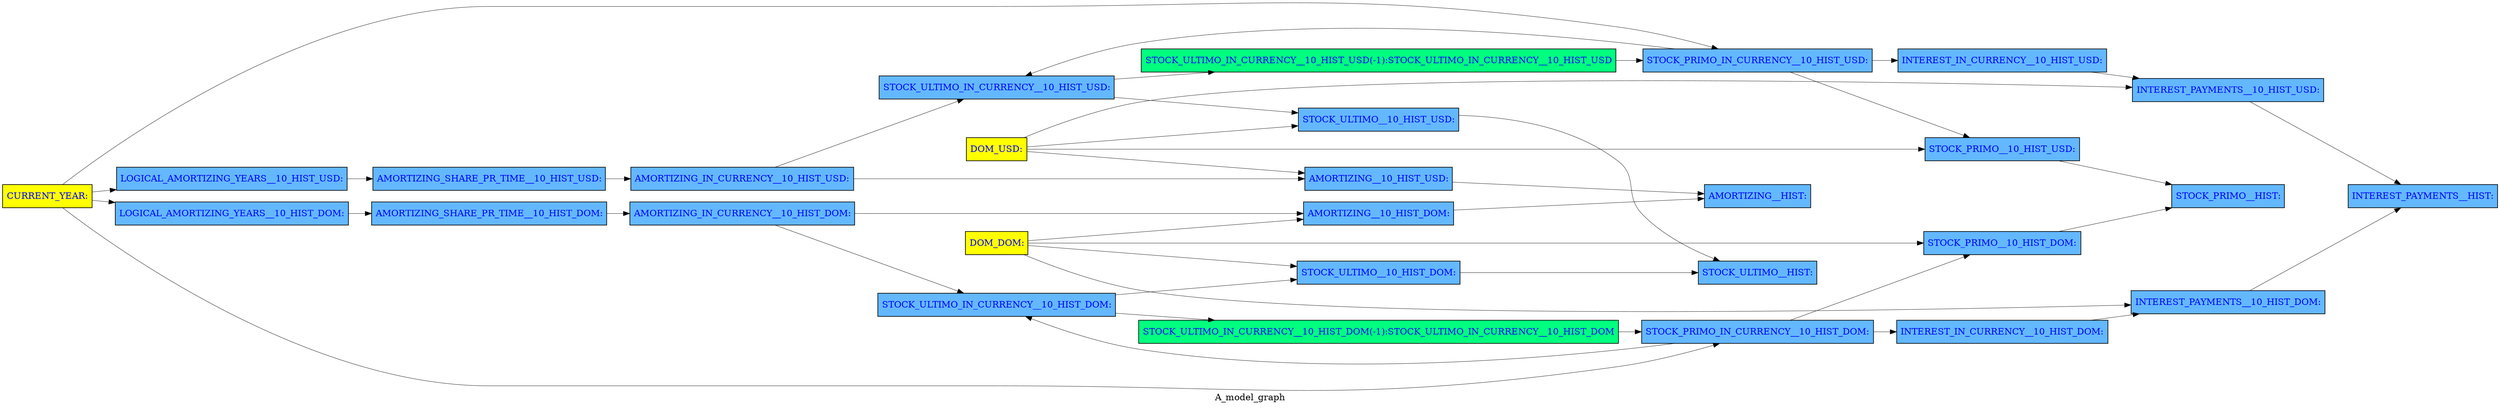
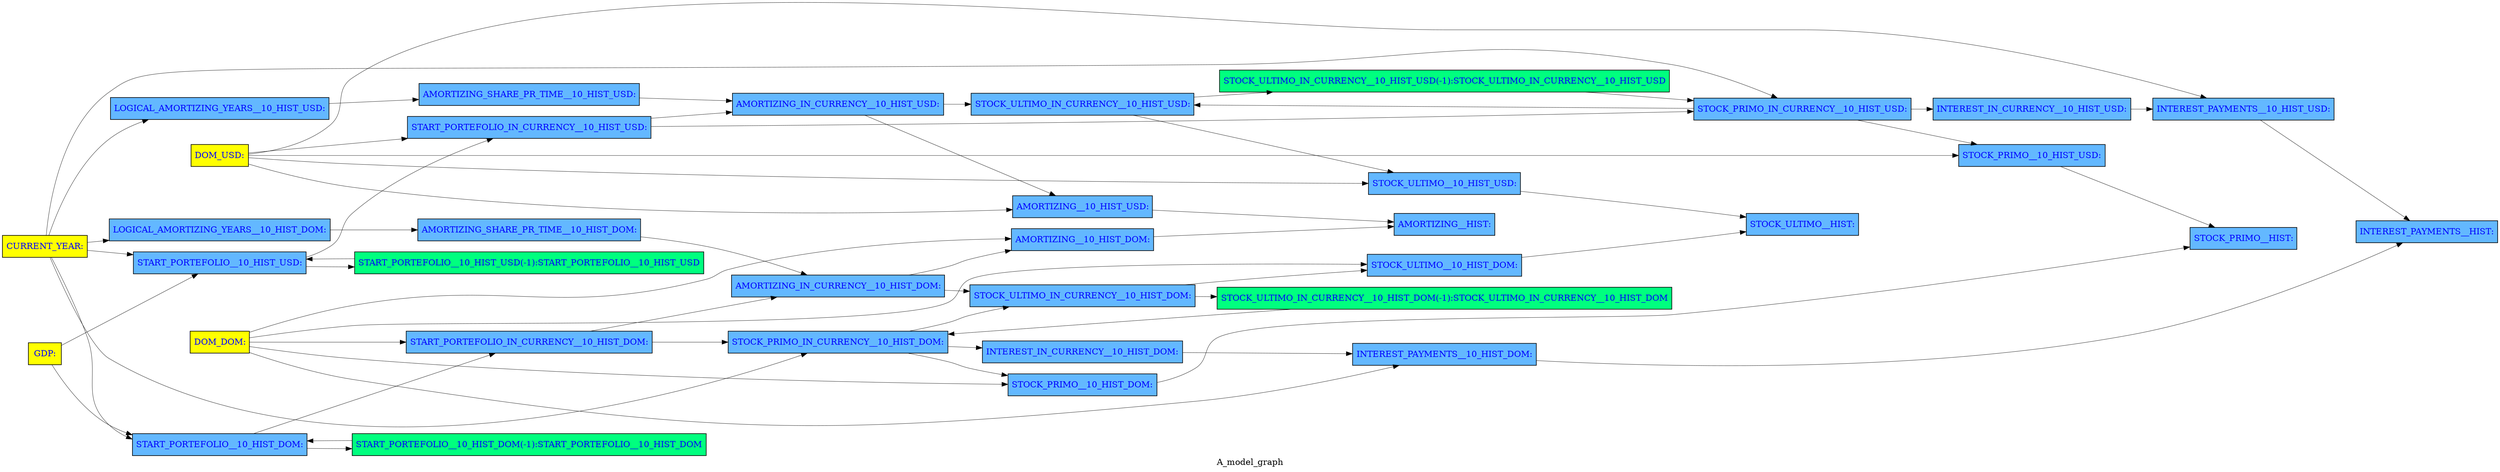
digraph TD { rankdir ="LR"
{node  [margin=0.025 fontcolor=blue style=filled ]
-  "INTEREST_IN_CURRENCY__10_HIST_DOM" [ shape=box fillcolor= steelblue1 tooltip="INTEREST_IN_CURRENCY__10_HIST_DOM&#10;FRML &lt;&gt; INTEREST_IN_CURRENCY__10_HIST_DOM = STOCK_PRIMO_IN_CURRENCY__10_HIST_DOM*3/100 &#36;"  margin=0.025 fontcolor=blue style = filled  label=<<TABLE BORDER='0' CELLBORDER = '0' style = "filled"  > <TR><TD tooltip="INTEREST_IN_CURRENCY__10_HIST_DOM&#10;FRML &lt;&gt; INTEREST_IN_CURRENCY__10_HIST_DOM = STOCK_PRIMO_IN_CURRENCY__10_HIST_DOM*3/100 &#36;">INTEREST_IN_CURRENCY__10_HIST_DOM:</TD></TR> </TABLE>> ]
+  "STOCK_ULTIMO__10_HIST_DOM" [ shape=box fillcolor= steelblue1 tooltip="STOCK_ULTIMO__10_HIST_DOM&#10;FRML &lt;SUM=HIST&gt; STOCK_ULTIMO__10_HIST_DOM = STOCK_ULTIMO_IN_CURRENCY__10_HIST_DOM*DOM_DOM &#36;"  margin=0.025 fontcolor=blue style = filled  label=<<TABLE BORDER='0' CELLBORDER = '0' style = "filled"  > <TR><TD tooltip="STOCK_ULTIMO__10_HIST_DOM&#10;FRML &lt;SUM=HIST&gt; STOCK_ULTIMO__10_HIST_DOM = STOCK_ULTIMO_IN_CURRENCY__10_HIST_DOM*DOM_DOM &#36;">STOCK_ULTIMO__10_HIST_DOM:</TD></TR> </TABLE>> ]
+ "STOCK_ULTIMO__HIST" [ shape=box fillcolor= steelblue1 tooltip="STOCK_ULTIMO__HIST&#10;FRML &lt;SUM=HIST&gt; STOCK_ULTIMO__HIST = (STOCK_ULTIMO__10_HIST_DOM+STOCK_ULTIMO__10_HIST_USD) &#36;"  margin=0.025 fontcolor=blue style = filled  label=<<TABLE BORDER='0' CELLBORDER = '0' style = "filled"  > <TR><TD tooltip="STOCK_ULTIMO__HIST&#10;FRML &lt;SUM=HIST&gt; STOCK_ULTIMO__HIST = (STOCK_ULTIMO__10_HIST_DOM+STOCK_ULTIMO__10_HIST_USD) &#36;">STOCK_ULTIMO__HIST:</TD></TR> </TABLE>> ]
+ "INTEREST_PAYMENTS__HIST" [ shape=box fillcolor= steelblue1 tooltip="INTEREST_PAYMENTS__HIST&#10;FRML &lt;SUM=HIST&gt; INTEREST_PAYMENTS__HIST = (INTEREST_PAYMENTS__10_HIST_DOM+INTEREST_PAYMENTS__10_HIST_USD) &#36;"  margin=0.025 fontcolor=blue style = filled  label=<<TABLE BORDER='0' CELLBORDER = '0' style = "filled"  > <TR><TD tooltip="INTEREST_PAYMENTS__HIST&#10;FRML &lt;SUM=HIST&gt; INTEREST_PAYMENTS__HIST = (INTEREST_PAYMENTS__10_HIST_DOM+INTEREST_PAYMENTS__10_HIST_USD) &#36;">INTEREST_PAYMENTS__HIST:</TD></TR> </TABLE>> ]
"STOCK_PRIMO__HIST" [ shape=box fillcolor= steelblue1 tooltip="STOCK_PRIMO__HIST&#10;FRML &lt;SUM=HIST&gt; STOCK_PRIMO__HIST = (STOCK_PRIMO__10_HIST_DOM+STOCK_PRIMO__10_HIST_USD) &#36;"  margin=0.025 fontcolor=blue style = filled  label=<<TABLE BORDER='0' CELLBORDER = '0' style = "filled"  > <TR><TD tooltip="STOCK_PRIMO__HIST&#10;FRML &lt;SUM=HIST&gt; STOCK_PRIMO__HIST = (STOCK_PRIMO__10_HIST_DOM+STOCK_PRIMO__10_HIST_USD) &#36;">STOCK_PRIMO__HIST:</TD></TR> </TABLE>> ]
+ "LOGICAL_AMORTIZING_YEARS__10_HIST_USD" [ shape=box fillcolor= steelblue1 tooltip="LOGICAL_AMORTIZING_YEARS__10_HIST_USD&#10;FRML &lt;&gt; LOGICAL_AMORTIZING_YEARS__10_HIST_USD = (2025.0+0)&lt;CURRENT_YEAR&lt;=(2025.0+10) &#36;"  margin=0.025 fontcolor=blue style = filled  label=<<TABLE BORDER='0' CELLBORDER = '0' style = "filled"  > <TR><TD tooltip="LOGICAL_AMORTIZING_YEARS__10_HIST_USD&#10;FRML &lt;&gt; LOGICAL_AMORTIZING_YEARS__10_HIST_USD = (2025.0+0)&lt;CURRENT_YEAR&lt;=(2025.0+10) &#36;">LOGICAL_AMORTIZING_YEARS__10_HIST_USD:</TD></TR> </TABLE>> ]
+ "STOCK_ULTIMO_IN_CURRENCY__10_HIST_DOM" [ shape=box fillcolor= steelblue1 tooltip="STOCK_ULTIMO_IN_CURRENCY__10_HIST_DOM&#10;FRML &lt;&gt; STOCK_ULTIMO_IN_CURRENCY__10_HIST_DOM = STOCK_PRIMO_IN_CURRENCY__10_HIST_DOM-AMORTIZING_IN_CURRENCY__10_HIST_DOM &#36;"  margin=0.025 fontcolor=blue style = filled  label=<<TABLE BORDER='0' CELLBORDER = '0' style = "filled"  > <TR><TD tooltip="STOCK_ULTIMO_IN_CURRENCY__10_HIST_DOM&#10;FRML &lt;&gt; STOCK_ULTIMO_IN_CURRENCY__10_HIST_DOM = STOCK_PRIMO_IN_CURRENCY__10_HIST_DOM-AMORTIZING_IN_CURRENCY__10_HIST_DOM &#36;">STOCK_ULTIMO_IN_CURRENCY__10_HIST_DOM:</TD></TR> </TABLE>> ]
+ "AMORTIZING__HIST" [ shape=box fillcolor= steelblue1 tooltip="AMORTIZING__HIST&#10;FRML &lt;SUM=HIST&gt; AMORTIZING__HIST = (AMORTIZING__10_HIST_DOM+AMORTIZING__10_HIST_USD) &#36;"  margin=0.025 fontcolor=blue style = filled  label=<<TABLE BORDER='0' CELLBORDER = '0' style = "filled"  > <TR><TD tooltip="AMORTIZING__HIST&#10;FRML &lt;SUM=HIST&gt; AMORTIZING__HIST = (AMORTIZING__10_HIST_DOM+AMORTIZING__10_HIST_USD) &#36;">AMORTIZING__HIST:</TD></TR> </TABLE>> ]
+ "STOCK_ULTIMO__10_HIST_USD" [ shape=box fillcolor= steelblue1 tooltip="STOCK_ULTIMO__10_HIST_USD&#10;FRML &lt;SUM=HIST&gt; STOCK_ULTIMO__10_HIST_USD = STOCK_ULTIMO_IN_CURRENCY__10_HIST_USD*DOM_USD &#36;"  margin=0.025 fontcolor=blue style = filled  label=<<TABLE BORDER='0' CELLBORDER = '0' style = "filled"  > <TR><TD tooltip="STOCK_ULTIMO__10_HIST_USD&#10;FRML &lt;SUM=HIST&gt; STOCK_ULTIMO__10_HIST_USD = STOCK_ULTIMO_IN_CURRENCY__10_HIST_USD*DOM_USD &#36;">STOCK_ULTIMO__10_HIST_USD:</TD></TR> </TABLE>> ]
+ "STOCK_PRIMO__10_HIST_USD" [ shape=box fillcolor= steelblue1 tooltip="STOCK_PRIMO__10_HIST_USD&#10;FRML &lt;SUM=HIST&gt; STOCK_PRIMO__10_HIST_USD = STOCK_PRIMO_IN_CURRENCY__10_HIST_USD*DOM_USD &#36;"  margin=0.025 fontcolor=blue style = filled  label=<<TABLE BORDER='0' CELLBORDER = '0' style = "filled"  > <TR><TD tooltip="STOCK_PRIMO__10_HIST_USD&#10;FRML &lt;SUM=HIST&gt; STOCK_PRIMO__10_HIST_USD = STOCK_PRIMO_IN_CURRENCY__10_HIST_USD*DOM_USD &#36;">STOCK_PRIMO__10_HIST_USD:</TD></TR> </TABLE>> ]
+ "AMORTIZING_IN_CURRENCY__10_HIST_DOM" [ shape=box fillcolor= steelblue1 tooltip="AMORTIZING_IN_CURRENCY__10_HIST_DOM&#10;FRML &lt;&gt; AMORTIZING_IN_CURRENCY__10_HIST_DOM = START_PORTEFOLIO_IN_CURRENCY__10_HIST_DOM*AMORTIZING_SHARE_PR_TIME__10_HIST_DOM &#36;"  margin=0.025 fontcolor=blue style = filled  label=<<TABLE BORDER='0' CELLBORDER = '0' style = "filled"  > <TR><TD tooltip="AMORTIZING_IN_CURRENCY__10_HIST_DOM&#10;FRML &lt;&gt; AMORTIZING_IN_CURRENCY__10_HIST_DOM = START_PORTEFOLIO_IN_CURRENCY__10_HIST_DOM*AMORTIZING_SHARE_PR_TIME__10_HIST_DOM &#36;">AMORTIZING_IN_CURRENCY__10_HIST_DOM:</TD></TR> </TABLE>> ]
+ "STOCK_ULTIMO_IN_CURRENCY__10_HIST_DOM(-1)" [ shape=box fillcolor= springgreen tooltip="STOCK_ULTIMO_IN_CURRENCY__10_HIST_DOM&#10;FRML &lt;&gt; STOCK_ULTIMO_IN_CURRENCY__10_HIST_DOM = STOCK_PRIMO_IN_CURRENCY__10_HIST_DOM-AMORTIZING_IN_CURRENCY__10_HIST_DOM &#36;"  margin=0.025 fontcolor=blue style = filled  label=<<TABLE BORDER='0' CELLBORDER = '0' style = "filled"  > <TR><TD tooltip="STOCK_ULTIMO_IN_CURRENCY__10_HIST_DOM&#10;FRML &lt;&gt; STOCK_ULTIMO_IN_CURRENCY__10_HIST_DOM = STOCK_PRIMO_IN_CURRENCY__10_HIST_DOM-AMORTIZING_IN_CURRENCY__10_HIST_DOM &#36;">STOCK_ULTIMO_IN_CURRENCY__10_HIST_DOM(-1):STOCK_ULTIMO_IN_CURRENCY__10_HIST_DOM</TD></TR> </TABLE>> ]
+ "INTEREST_IN_CURRENCY__10_HIST_USD" [ shape=box fillcolor= steelblue1 tooltip="INTEREST_IN_CURRENCY__10_HIST_USD&#10;FRML &lt;&gt; INTEREST_IN_CURRENCY__10_HIST_USD = STOCK_PRIMO_IN_CURRENCY__10_HIST_USD*2/100 &#36;"  margin=0.025 fontcolor=blue style = filled  label=<<TABLE BORDER='0' CELLBORDER = '0' style = "filled"  > <TR><TD tooltip="INTEREST_IN_CURRENCY__10_HIST_USD&#10;FRML &lt;&gt; INTEREST_IN_CURRENCY__10_HIST_USD = STOCK_PRIMO_IN_CURRENCY__10_HIST_USD*2/100 &#36;">INTEREST_IN_CURRENCY__10_HIST_USD:</TD></TR> </TABLE>> ]
+ "START_PORTEFOLIO__10_HIST_USD(-1)" [ shape=box fillcolor= springgreen tooltip="START_PORTEFOLIO__10_HIST_USD&#10;FRML &lt;&gt; START_PORTEFOLIO__10_HIST_USD = ((CURRENT_YEAR==2025.0+1)*10*GDP/100+(CURRENT_YEAR&gt;2025.0+1)*START_PORTEFOLIO__10_HIST_USD(-1))*(CURRENT_YEAR&lt;=2025.0+10) &#36;"  margin=0.025 fontcolor=blue style = filled  label=<<TABLE BORDER='0' CELLBORDER = '0' style = "filled"  > <TR><TD tooltip="START_PORTEFOLIO__10_HIST_USD&#10;FRML &lt;&gt; START_PORTEFOLIO__10_HIST_USD = ((CURRENT_YEAR==2025.0+1)*10*GDP/100+(CURRENT_YEAR&gt;2025.0+1)*START_PORTEFOLIO__10_HIST_USD(-1))*(CURRENT_YEAR&lt;=2025.0+10) &#36;">START_PORTEFOLIO__10_HIST_USD(-1):START_PORTEFOLIO__10_HIST_USD</TD></TR> </TABLE>> ]
"CURRENT_YEAR" [ shape=box fillcolor= yellow tooltip="CURRENT_YEAR&#10;Exogen"  margin=0.025 fontcolor=blue style = filled  label=<<TABLE BORDER='0' CELLBORDER = '0' style = "filled"  > <TR><TD tooltip="CURRENT_YEAR&#10;Exogen">CURRENT_YEAR:</TD></TR> </TABLE>> ]
- "STOCK_PRIMO_IN_CURRENCY__10_HIST_USD" [ shape=box fillcolor= steelblue1 tooltip="STOCK_PRIMO_IN_CURRENCY__10_HIST_USD&#10;FRML &lt;&gt; STOCK_PRIMO_IN_CURRENCY__10_HIST_USD = (CURRENT_YEAR==2025+1)*-20+STOCK_ULTIMO_IN_CURRENCY__10_HIST_USD(-1) &#36;"  margin=0.025 fontcolor=blue style = filled  label=<<TABLE BORDER='0' CELLBORDER = '0' style = "filled"  > <TR><TD tooltip="STOCK_PRIMO_IN_CURRENCY__10_HIST_USD&#10;FRML &lt;&gt; STOCK_PRIMO_IN_CURRENCY__10_HIST_USD = (CURRENT_YEAR==2025+1)*-20+STOCK_ULTIMO_IN_CURRENCY__10_HIST_USD(-1) &#36;">STOCK_PRIMO_IN_CURRENCY__10_HIST_USD:</TD></TR> </TABLE>> ]
- "STOCK_ULTIMO__HIST" [ shape=box fillcolor= steelblue1 tooltip="STOCK_ULTIMO__HIST&#10;FRML &lt;SUM=HIST&gt; STOCK_ULTIMO__HIST = (STOCK_ULTIMO__10_HIST_DOM+STOCK_ULTIMO__10_HIST_USD) &#36;"  margin=0.025 fontcolor=blue style = filled  label=<<TABLE BORDER='0' CELLBORDER = '0' style = "filled"  > <TR><TD tooltip="STOCK_ULTIMO__HIST&#10;FRML &lt;SUM=HIST&gt; STOCK_ULTIMO__HIST = (STOCK_ULTIMO__10_HIST_DOM+STOCK_ULTIMO__10_HIST_USD) &#36;">STOCK_ULTIMO__HIST:</TD></TR> </TABLE>> ]
+ "STOCK_PRIMO_IN_CURRENCY__10_HIST_DOM" [ shape=box fillcolor= steelblue1 tooltip="STOCK_PRIMO_IN_CURRENCY__10_HIST_DOM&#10;FRML &lt;&gt; STOCK_PRIMO_IN_CURRENCY__10_HIST_DOM = (CURRENT_YEAR==2025.0+1)*START_PORTEFOLIO_IN_CURRENCY__10_HIST_DOM+STOCK_ULTIMO_IN_CURRENCY__10_HIST_DOM(-1) &#36;"  margin=0.025 fontcolor=blue style = filled  label=<<TABLE BORDER='0' CELLBORDER = '0' style = "filled"  > <TR><TD tooltip="STOCK_PRIMO_IN_CURRENCY__10_HIST_DOM&#10;FRML &lt;&gt; STOCK_PRIMO_IN_CURRENCY__10_HIST_DOM = (CURRENT_YEAR==2025.0+1)*START_PORTEFOLIO_IN_CURRENCY__10_HIST_DOM+STOCK_ULTIMO_IN_CURRENCY__10_HIST_DOM(-1) &#36;">STOCK_PRIMO_IN_CURRENCY__10_HIST_DOM:</TD></TR> </TABLE>> ]
+ "STOCK_PRIMO__10_HIST_DOM" [ shape=box fillcolor= steelblue1 tooltip="STOCK_PRIMO__10_HIST_DOM&#10;FRML &lt;SUM=HIST&gt; STOCK_PRIMO__10_HIST_DOM = STOCK_PRIMO_IN_CURRENCY__10_HIST_DOM*DOM_DOM &#36;"  margin=0.025 fontcolor=blue style = filled  label=<<TABLE BORDER='0' CELLBORDER = '0' style = "filled"  > <TR><TD tooltip="STOCK_PRIMO__10_HIST_DOM&#10;FRML &lt;SUM=HIST&gt; STOCK_PRIMO__10_HIST_DOM = STOCK_PRIMO_IN_CURRENCY__10_HIST_DOM*DOM_DOM &#36;">STOCK_PRIMO__10_HIST_DOM:</TD></TR> </TABLE>> ]
+ "AMORTIZING_SHARE_PR_TIME__10_HIST_DOM" [ shape=box fillcolor= steelblue1 tooltip="AMORTIZING_SHARE_PR_TIME__10_HIST_DOM&#10;FRML &lt;&gt; AMORTIZING_SHARE_PR_TIME__10_HIST_DOM = LOGICAL_AMORTIZING_YEARS__10_HIST_DOM/(10-0) &#36;"  margin=0.025 fontcolor=blue style = filled  label=<<TABLE BORDER='0' CELLBORDER = '0' style = "filled"  > <TR><TD tooltip="AMORTIZING_SHARE_PR_TIME__10_HIST_DOM&#10;FRML &lt;&gt; AMORTIZING_SHARE_PR_TIME__10_HIST_DOM = LOGICAL_AMORTIZING_YEARS__10_HIST_DOM/(10-0) &#36;">AMORTIZING_SHARE_PR_TIME__10_HIST_DOM:</TD></TR> </TABLE>> ]
+ "GDP" [ shape=box fillcolor= yellow tooltip="GDP&#10;Exogen"  margin=0.025 fontcolor=blue style = filled  label=<<TABLE BORDER='0' CELLBORDER = '0' style = "filled"  > <TR><TD tooltip="GDP&#10;Exogen">GDP:</TD></TR> </TABLE>> ]
+ "DOM_DOM" [ shape=box fillcolor= yellow tooltip="DOM_DOM&#10;Exogen"  margin=0.025 fontcolor=blue style = filled  label=<<TABLE BORDER='0' CELLBORDER = '0' style = "filled"  > <TR><TD tooltip="DOM_DOM&#10;Exogen">DOM_DOM:</TD></TR> </TABLE>> ]
+ "AMORTIZING__10_HIST_USD" [ shape=box fillcolor= steelblue1 tooltip="AMORTIZING__10_HIST_USD&#10;FRML &lt;SUM=HIST&gt; AMORTIZING__10_HIST_USD = AMORTIZING_IN_CURRENCY__10_HIST_USD*DOM_USD &#36;"  margin=0.025 fontcolor=blue style = filled  label=<<TABLE BORDER='0' CELLBORDER = '0' style = "filled"  > <TR><TD tooltip="AMORTIZING__10_HIST_USD&#10;FRML &lt;SUM=HIST&gt; AMORTIZING__10_HIST_USD = AMORTIZING_IN_CURRENCY__10_HIST_USD*DOM_USD &#36;">AMORTIZING__10_HIST_USD:</TD></TR> </TABLE>> ]
+ "LOGICAL_AMORTIZING_YEARS__10_HIST_DOM" [ shape=box fillcolor= steelblue1 tooltip="LOGICAL_AMORTIZING_YEARS__10_HIST_DOM&#10;FRML &lt;&gt; LOGICAL_AMORTIZING_YEARS__10_HIST_DOM = (2025.0+0)&lt;CURRENT_YEAR&lt;=(2025.0+10) &#36;"  margin=0.025 fontcolor=blue style = filled  label=<<TABLE BORDER='0' CELLBORDER = '0' style = "filled"  > <TR><TD tooltip="LOGICAL_AMORTIZING_YEARS__10_HIST_DOM&#10;FRML &lt;&gt; LOGICAL_AMORTIZING_YEARS__10_HIST_DOM = (2025.0+0)&lt;CURRENT_YEAR&lt;=(2025.0+10) &#36;">LOGICAL_AMORTIZING_YEARS__10_HIST_DOM:</TD></TR> </TABLE>> ]
+ "DOM_USD" [ shape=box fillcolor= yellow tooltip="DOM_USD&#10;Exogen"  margin=0.025 fontcolor=blue style = filled  label=<<TABLE BORDER='0' CELLBORDER = '0' style = "filled"  > <TR><TD tooltip="DOM_USD&#10;Exogen">DOM_USD:</TD></TR> </TABLE>> ]
+ "AMORTIZING_IN_CURRENCY__10_HIST_USD" [ shape=box fillcolor= steelblue1 tooltip="AMORTIZING_IN_CURRENCY__10_HIST_USD&#10;FRML &lt;&gt; AMORTIZING_IN_CURRENCY__10_HIST_USD = START_PORTEFOLIO_IN_CURRENCY__10_HIST_USD*AMORTIZING_SHARE_PR_TIME__10_HIST_USD &#36;"  margin=0.025 fontcolor=blue style = filled  label=<<TABLE BORDER='0' CELLBORDER = '0' style = "filled"  > <TR><TD tooltip="AMORTIZING_IN_CURRENCY__10_HIST_USD&#10;FRML &lt;&gt; AMORTIZING_IN_CURRENCY__10_HIST_USD = START_PORTEFOLIO_IN_CURRENCY__10_HIST_USD*AMORTIZING_SHARE_PR_TIME__10_HIST_USD &#36;">AMORTIZING_IN_CURRENCY__10_HIST_USD:</TD></TR> </TABLE>> ]
+ "AMORTIZING_SHARE_PR_TIME__10_HIST_USD" [ shape=box fillcolor= steelblue1 tooltip="AMORTIZING_SHARE_PR_TIME__10_HIST_USD&#10;FRML &lt;&gt; AMORTIZING_SHARE_PR_TIME__10_HIST_USD = LOGICAL_AMORTIZING_YEARS__10_HIST_USD/(10-0) &#36;"  margin=0.025 fontcolor=blue style = filled  label=<<TABLE BORDER='0' CELLBORDER = '0' style = "filled"  > <TR><TD tooltip="AMORTIZING_SHARE_PR_TIME__10_HIST_USD&#10;FRML &lt;&gt; AMORTIZING_SHARE_PR_TIME__10_HIST_USD = LOGICAL_AMORTIZING_YEARS__10_HIST_USD/(10-0) &#36;">AMORTIZING_SHARE_PR_TIME__10_HIST_USD:</TD></TR> </TABLE>> ]
+ "START_PORTEFOLIO_IN_CURRENCY__10_HIST_USD" [ shape=box fillcolor= steelblue1 tooltip="START_PORTEFOLIO_IN_CURRENCY__10_HIST_USD&#10;FRML &lt;&gt; START_PORTEFOLIO_IN_CURRENCY__10_HIST_USD = START_PORTEFOLIO__10_HIST_USD/DOM_USD &#36;"  margin=0.025 fontcolor=blue style = filled  label=<<TABLE BORDER='0' CELLBORDER = '0' style = "filled"  > <TR><TD tooltip="START_PORTEFOLIO_IN_CURRENCY__10_HIST_USD&#10;FRML &lt;&gt; START_PORTEFOLIO_IN_CURRENCY__10_HIST_USD = START_PORTEFOLIO__10_HIST_USD/DOM_USD &#36;">START_PORTEFOLIO_IN_CURRENCY__10_HIST_USD:</TD></TR> </TABLE>> ]
+ "INTEREST_PAYMENTS__10_HIST_USD" [ shape=box fillcolor= steelblue1 tooltip="INTEREST_PAYMENTS__10_HIST_USD&#10;FRML &lt;SUM=HIST&gt; INTEREST_PAYMENTS__10_HIST_USD = INTEREST_IN_CURRENCY__10_HIST_USD*DOM_USD &#36;"  margin=0.025 fontcolor=blue style = filled  label=<<TABLE BORDER='0' CELLBORDER = '0' style = "filled"  > <TR><TD tooltip="INTEREST_PAYMENTS__10_HIST_USD&#10;FRML &lt;SUM=HIST&gt; INTEREST_PAYMENTS__10_HIST_USD = INTEREST_IN_CURRENCY__10_HIST_USD*DOM_USD &#36;">INTEREST_PAYMENTS__10_HIST_USD:</TD></TR> </TABLE>> ]
+ "STOCK_PRIMO_IN_CURRENCY__10_HIST_USD" [ shape=box fillcolor= steelblue1 tooltip="STOCK_PRIMO_IN_CURRENCY__10_HIST_USD&#10;FRML &lt;&gt; STOCK_PRIMO_IN_CURRENCY__10_HIST_USD = (CURRENT_YEAR==2025.0+1)*START_PORTEFOLIO_IN_CURRENCY__10_HIST_USD+STOCK_ULTIMO_IN_CURRENCY__10_HIST_USD(-1) &#36;"  margin=0.025 fontcolor=blue style = filled  label=<<TABLE BORDER='0' CELLBORDER = '0' style = "filled"  > <TR><TD tooltip="STOCK_PRIMO_IN_CURRENCY__10_HIST_USD&#10;FRML &lt;&gt; STOCK_PRIMO_IN_CURRENCY__10_HIST_USD = (CURRENT_YEAR==2025.0+1)*START_PORTEFOLIO_IN_CURRENCY__10_HIST_USD+STOCK_ULTIMO_IN_CURRENCY__10_HIST_USD(-1) &#36;">STOCK_PRIMO_IN_CURRENCY__10_HIST_USD:</TD></TR> </TABLE>> ]
+ "START_PORTEFOLIO__10_HIST_USD" [ shape=box fillcolor= steelblue1 tooltip="START_PORTEFOLIO__10_HIST_USD&#10;FRML &lt;&gt; START_PORTEFOLIO__10_HIST_USD = ((CURRENT_YEAR==2025.0+1)*10*GDP/100+(CURRENT_YEAR&gt;2025.0+1)*START_PORTEFOLIO__10_HIST_USD(-1))*(CURRENT_YEAR&lt;=2025.0+10) &#36;"  margin=0.025 fontcolor=blue style = filled  label=<<TABLE BORDER='0' CELLBORDER = '0' style = "filled"  > <TR><TD tooltip="START_PORTEFOLIO__10_HIST_USD&#10;FRML &lt;&gt; START_PORTEFOLIO__10_HIST_USD = ((CURRENT_YEAR==2025.0+1)*10*GDP/100+(CURRENT_YEAR&gt;2025.0+1)*START_PORTEFOLIO__10_HIST_USD(-1))*(CURRENT_YEAR&lt;=2025.0+10) &#36;">START_PORTEFOLIO__10_HIST_USD:</TD></TR> </TABLE>> ]
+ "INTEREST_PAYMENTS__10_HIST_DOM" [ shape=box fillcolor= steelblue1 tooltip="INTEREST_PAYMENTS__10_HIST_DOM&#10;FRML &lt;SUM=HIST&gt; INTEREST_PAYMENTS__10_HIST_DOM = INTEREST_IN_CURRENCY__10_HIST_DOM*DOM_DOM &#36;"  margin=0.025 fontcolor=blue style = filled  label=<<TABLE BORDER='0' CELLBORDER = '0' style = "filled"  > <TR><TD tooltip="INTEREST_PAYMENTS__10_HIST_DOM&#10;FRML &lt;SUM=HIST&gt; INTEREST_PAYMENTS__10_HIST_DOM = INTEREST_IN_CURRENCY__10_HIST_DOM*DOM_DOM &#36;">INTEREST_PAYMENTS__10_HIST_DOM:</TD></TR> </TABLE>> ]
"AMORTIZING__10_HIST_DOM" [ shape=box fillcolor= steelblue1 tooltip="AMORTIZING__10_HIST_DOM&#10;FRML &lt;SUM=HIST&gt; AMORTIZING__10_HIST_DOM = AMORTIZING_IN_CURRENCY__10_HIST_DOM*DOM_DOM &#36;"  margin=0.025 fontcolor=blue style = filled  label=<<TABLE BORDER='0' CELLBORDER = '0' style = "filled"  > <TR><TD tooltip="AMORTIZING__10_HIST_DOM&#10;FRML &lt;SUM=HIST&gt; AMORTIZING__10_HIST_DOM = AMORTIZING_IN_CURRENCY__10_HIST_DOM*DOM_DOM &#36;">AMORTIZING__10_HIST_DOM:</TD></TR> </TABLE>> ]
- "INTEREST_PAYMENTS__10_HIST_DOM" [ shape=box fillcolor= steelblue1 tooltip="INTEREST_PAYMENTS__10_HIST_DOM&#10;FRML &lt;SUM=HIST&gt; INTEREST_PAYMENTS__10_HIST_DOM = INTEREST_IN_CURRENCY__10_HIST_DOM*DOM_DOM &#36;"  margin=0.025 fontcolor=blue style = filled  label=<<TABLE BORDER='0' CELLBORDER = '0' style = "filled"  > <TR><TD tooltip="INTEREST_PAYMENTS__10_HIST_DOM&#10;FRML &lt;SUM=HIST&gt; INTEREST_PAYMENTS__10_HIST_DOM = INTEREST_IN_CURRENCY__10_HIST_DOM*DOM_DOM &#36;">INTEREST_PAYMENTS__10_HIST_DOM:</TD></TR> </TABLE>> ]
- "DOM_DOM" [ shape=box fillcolor= yellow tooltip="DOM_DOM&#10;Exogen"  margin=0.025 fontcolor=blue style = filled  label=<<TABLE BORDER='0' CELLBORDER = '0' style = "filled"  > <TR><TD tooltip="DOM_DOM&#10;Exogen">DOM_DOM:</TD></TR> </TABLE>> ]
- "STOCK_ULTIMO_IN_CURRENCY__10_HIST_DOM" [ shape=box fillcolor= steelblue1 tooltip="STOCK_ULTIMO_IN_CURRENCY__10_HIST_DOM&#10;FRML &lt;&gt; STOCK_ULTIMO_IN_CURRENCY__10_HIST_DOM = STOCK_PRIMO_IN_CURRENCY__10_HIST_DOM-AMORTIZING_IN_CURRENCY__10_HIST_DOM &#36;"  margin=0.025 fontcolor=blue style = filled  label=<<TABLE BORDER='0' CELLBORDER = '0' style = "filled"  > <TR><TD tooltip="STOCK_ULTIMO_IN_CURRENCY__10_HIST_DOM&#10;FRML &lt;&gt; STOCK_ULTIMO_IN_CURRENCY__10_HIST_DOM = STOCK_PRIMO_IN_CURRENCY__10_HIST_DOM-AMORTIZING_IN_CURRENCY__10_HIST_DOM &#36;">STOCK_ULTIMO_IN_CURRENCY__10_HIST_DOM:</TD></TR> </TABLE>> ]
- "INTEREST_PAYMENTS__HIST" [ shape=box fillcolor= steelblue1 tooltip="INTEREST_PAYMENTS__HIST&#10;FRML &lt;SUM=HIST&gt; INTEREST_PAYMENTS__HIST = (INTEREST_PAYMENTS__10_HIST_DOM+INTEREST_PAYMENTS__10_HIST_USD) &#36;"  margin=0.025 fontcolor=blue style = filled  label=<<TABLE BORDER='0' CELLBORDER = '0' style = "filled"  > <TR><TD tooltip="INTEREST_PAYMENTS__HIST&#10;FRML &lt;SUM=HIST&gt; INTEREST_PAYMENTS__HIST = (INTEREST_PAYMENTS__10_HIST_DOM+INTEREST_PAYMENTS__10_HIST_USD) &#36;">INTEREST_PAYMENTS__HIST:</TD></TR> </TABLE>> ]
- "STOCK_ULTIMO_IN_CURRENCY__10_HIST_DOM(-1)" [ shape=box fillcolor= springgreen tooltip="STOCK_ULTIMO_IN_CURRENCY__10_HIST_DOM&#10;FRML &lt;&gt; STOCK_ULTIMO_IN_CURRENCY__10_HIST_DOM = STOCK_PRIMO_IN_CURRENCY__10_HIST_DOM-AMORTIZING_IN_CURRENCY__10_HIST_DOM &#36;"  margin=0.025 fontcolor=blue style = filled  label=<<TABLE BORDER='0' CELLBORDER = '0' style = "filled"  > <TR><TD tooltip="STOCK_ULTIMO_IN_CURRENCY__10_HIST_DOM&#10;FRML &lt;&gt; STOCK_ULTIMO_IN_CURRENCY__10_HIST_DOM = STOCK_PRIMO_IN_CURRENCY__10_HIST_DOM-AMORTIZING_IN_CURRENCY__10_HIST_DOM &#36;">STOCK_ULTIMO_IN_CURRENCY__10_HIST_DOM(-1):STOCK_ULTIMO_IN_CURRENCY__10_HIST_DOM</TD></TR> </TABLE>> ]
- "STOCK_PRIMO__10_HIST_USD" [ shape=box fillcolor= steelblue1 tooltip="STOCK_PRIMO__10_HIST_USD&#10;FRML &lt;SUM=HIST&gt; STOCK_PRIMO__10_HIST_USD = STOCK_PRIMO_IN_CURRENCY__10_HIST_USD*DOM_USD &#36;"  margin=0.025 fontcolor=blue style = filled  label=<<TABLE BORDER='0' CELLBORDER = '0' style = "filled"  > <TR><TD tooltip="STOCK_PRIMO__10_HIST_USD&#10;FRML &lt;SUM=HIST&gt; STOCK_PRIMO__10_HIST_USD = STOCK_PRIMO_IN_CURRENCY__10_HIST_USD*DOM_USD &#36;">STOCK_PRIMO__10_HIST_USD:</TD></TR> </TABLE>> ]
- "AMORTIZING__HIST" [ shape=box fillcolor= steelblue1 tooltip="AMORTIZING__HIST&#10;FRML &lt;SUM=HIST&gt; AMORTIZING__HIST = (AMORTIZING__10_HIST_DOM+AMORTIZING__10_HIST_USD) &#36;"  margin=0.025 fontcolor=blue style = filled  label=<<TABLE BORDER='0' CELLBORDER = '0' style = "filled"  > <TR><TD tooltip="AMORTIZING__HIST&#10;FRML &lt;SUM=HIST&gt; AMORTIZING__HIST = (AMORTIZING__10_HIST_DOM+AMORTIZING__10_HIST_USD) &#36;">AMORTIZING__HIST:</TD></TR> </TABLE>> ]
- "AMORTIZING_SHARE_PR_TIME__10_HIST_USD" [ shape=box fillcolor= steelblue1 tooltip="AMORTIZING_SHARE_PR_TIME__10_HIST_USD&#10;FRML &lt;&gt; AMORTIZING_SHARE_PR_TIME__10_HIST_USD = LOGICAL_AMORTIZING_YEARS__10_HIST_USD/(10-0) &#36;"  margin=0.025 fontcolor=blue style = filled  label=<<TABLE BORDER='0' CELLBORDER = '0' style = "filled"  > <TR><TD tooltip="AMORTIZING_SHARE_PR_TIME__10_HIST_USD&#10;FRML &lt;&gt; AMORTIZING_SHARE_PR_TIME__10_HIST_USD = LOGICAL_AMORTIZING_YEARS__10_HIST_USD/(10-0) &#36;">AMORTIZING_SHARE_PR_TIME__10_HIST_USD:</TD></TR> </TABLE>> ]
- "LOGICAL_AMORTIZING_YEARS__10_HIST_USD" [ shape=box fillcolor= steelblue1 tooltip="LOGICAL_AMORTIZING_YEARS__10_HIST_USD&#10;FRML &lt;&gt; LOGICAL_AMORTIZING_YEARS__10_HIST_USD = (2025+0)&lt;CURRENT_YEAR&lt;=(2025+10) &#36;"  margin=0.025 fontcolor=blue style = filled  label=<<TABLE BORDER='0' CELLBORDER = '0' style = "filled"  > <TR><TD tooltip="LOGICAL_AMORTIZING_YEARS__10_HIST_USD&#10;FRML &lt;&gt; LOGICAL_AMORTIZING_YEARS__10_HIST_USD = (2025+0)&lt;CURRENT_YEAR&lt;=(2025+10) &#36;">LOGICAL_AMORTIZING_YEARS__10_HIST_USD:</TD></TR> </TABLE>> ]
- "AMORTIZING__10_HIST_USD" [ shape=box fillcolor= steelblue1 tooltip="AMORTIZING__10_HIST_USD&#10;FRML &lt;SUM=HIST&gt; AMORTIZING__10_HIST_USD = AMORTIZING_IN_CURRENCY__10_HIST_USD*DOM_USD &#36;"  margin=0.025 fontcolor=blue style = filled  label=<<TABLE BORDER='0' CELLBORDER = '0' style = "filled"  > <TR><TD tooltip="AMORTIZING__10_HIST_USD&#10;FRML &lt;SUM=HIST&gt; AMORTIZING__10_HIST_USD = AMORTIZING_IN_CURRENCY__10_HIST_USD*DOM_USD &#36;">AMORTIZING__10_HIST_USD:</TD></TR> </TABLE>> ]
- "DOM_USD" [ shape=box fillcolor= yellow tooltip="DOM_USD&#10;Exogen"  margin=0.025 fontcolor=blue style = filled  label=<<TABLE BORDER='0' CELLBORDER = '0' style = "filled"  > <TR><TD tooltip="DOM_USD&#10;Exogen">DOM_USD:</TD></TR> </TABLE>> ]
+ "START_PORTEFOLIO_IN_CURRENCY__10_HIST_DOM" [ shape=box fillcolor= steelblue1 tooltip="START_PORTEFOLIO_IN_CURRENCY__10_HIST_DOM&#10;FRML &lt;&gt; START_PORTEFOLIO_IN_CURRENCY__10_HIST_DOM = START_PORTEFOLIO__10_HIST_DOM/DOM_DOM &#36;"  margin=0.025 fontcolor=blue style = filled  label=<<TABLE BORDER='0' CELLBORDER = '0' style = "filled"  > <TR><TD tooltip="START_PORTEFOLIO_IN_CURRENCY__10_HIST_DOM&#10;FRML &lt;&gt; START_PORTEFOLIO_IN_CURRENCY__10_HIST_DOM = START_PORTEFOLIO__10_HIST_DOM/DOM_DOM &#36;">START_PORTEFOLIO_IN_CURRENCY__10_HIST_DOM:</TD></TR> </TABLE>> ]
+ "START_PORTEFOLIO__10_HIST_DOM" [ shape=box fillcolor= steelblue1 tooltip="START_PORTEFOLIO__10_HIST_DOM&#10;FRML &lt;&gt; START_PORTEFOLIO__10_HIST_DOM = ((CURRENT_YEAR==2025.0+1)*20*GDP/100+(CURRENT_YEAR&gt;2025.0+1)*START_PORTEFOLIO__10_HIST_DOM(-1))*(CURRENT_YEAR&lt;=2025.0+10) &#36;"  margin=0.025 fontcolor=blue style = filled  label=<<TABLE BORDER='0' CELLBORDER = '0' style = "filled"  > <TR><TD tooltip="START_PORTEFOLIO__10_HIST_DOM&#10;FRML &lt;&gt; START_PORTEFOLIO__10_HIST_DOM = ((CURRENT_YEAR==2025.0+1)*20*GDP/100+(CURRENT_YEAR&gt;2025.0+1)*START_PORTEFOLIO__10_HIST_DOM(-1))*(CURRENT_YEAR&lt;=2025.0+10) &#36;">START_PORTEFOLIO__10_HIST_DOM:</TD></TR> </TABLE>> ]
+ "INTEREST_IN_CURRENCY__10_HIST_DOM" [ shape=box fillcolor= steelblue1 tooltip="INTEREST_IN_CURRENCY__10_HIST_DOM&#10;FRML &lt;&gt; INTEREST_IN_CURRENCY__10_HIST_DOM = STOCK_PRIMO_IN_CURRENCY__10_HIST_DOM*3/100 &#36;"  margin=0.025 fontcolor=blue style = filled  label=<<TABLE BORDER='0' CELLBORDER = '0' style = "filled"  > <TR><TD tooltip="INTEREST_IN_CURRENCY__10_HIST_DOM&#10;FRML &lt;&gt; INTEREST_IN_CURRENCY__10_HIST_DOM = STOCK_PRIMO_IN_CURRENCY__10_HIST_DOM*3/100 &#36;">INTEREST_IN_CURRENCY__10_HIST_DOM:</TD></TR> </TABLE>> ]
+ "START_PORTEFOLIO__10_HIST_DOM(-1)" [ shape=box fillcolor= springgreen tooltip="START_PORTEFOLIO__10_HIST_DOM&#10;FRML &lt;&gt; START_PORTEFOLIO__10_HIST_DOM = ((CURRENT_YEAR==2025.0+1)*20*GDP/100+(CURRENT_YEAR&gt;2025.0+1)*START_PORTEFOLIO__10_HIST_DOM(-1))*(CURRENT_YEAR&lt;=2025.0+10) &#36;"  margin=0.025 fontcolor=blue style = filled  label=<<TABLE BORDER='0' CELLBORDER = '0' style = "filled"  > <TR><TD tooltip="START_PORTEFOLIO__10_HIST_DOM&#10;FRML &lt;&gt; START_PORTEFOLIO__10_HIST_DOM = ((CURRENT_YEAR==2025.0+1)*20*GDP/100+(CURRENT_YEAR&gt;2025.0+1)*START_PORTEFOLIO__10_HIST_DOM(-1))*(CURRENT_YEAR&lt;=2025.0+10) &#36;">START_PORTEFOLIO__10_HIST_DOM(-1):START_PORTEFOLIO__10_HIST_DOM</TD></TR> </TABLE>> ]
+ "STOCK_ULTIMO_IN_CURRENCY__10_HIST_USD" [ shape=box fillcolor= steelblue1 tooltip="STOCK_ULTIMO_IN_CURRENCY__10_HIST_USD&#10;FRML &lt;&gt; STOCK_ULTIMO_IN_CURRENCY__10_HIST_USD = STOCK_PRIMO_IN_CURRENCY__10_HIST_USD-AMORTIZING_IN_CURRENCY__10_HIST_USD &#36;"  margin=0.025 fontcolor=blue style = filled  label=<<TABLE BORDER='0' CELLBORDER = '0' style = "filled"  > <TR><TD tooltip="STOCK_ULTIMO_IN_CURRENCY__10_HIST_USD&#10;FRML &lt;&gt; STOCK_ULTIMO_IN_CURRENCY__10_HIST_USD = STOCK_PRIMO_IN_CURRENCY__10_HIST_USD-AMORTIZING_IN_CURRENCY__10_HIST_USD &#36;">STOCK_ULTIMO_IN_CURRENCY__10_HIST_USD:</TD></TR> </TABLE>> ]
"STOCK_ULTIMO_IN_CURRENCY__10_HIST_USD(-1)" [ shape=box fillcolor= springgreen tooltip="STOCK_ULTIMO_IN_CURRENCY__10_HIST_USD&#10;FRML &lt;&gt; STOCK_ULTIMO_IN_CURRENCY__10_HIST_USD = STOCK_PRIMO_IN_CURRENCY__10_HIST_USD-AMORTIZING_IN_CURRENCY__10_HIST_USD &#36;"  margin=0.025 fontcolor=blue style = filled  label=<<TABLE BORDER='0' CELLBORDER = '0' style = "filled"  > <TR><TD tooltip="STOCK_ULTIMO_IN_CURRENCY__10_HIST_USD&#10;FRML &lt;&gt; STOCK_ULTIMO_IN_CURRENCY__10_HIST_USD = STOCK_PRIMO_IN_CURRENCY__10_HIST_USD-AMORTIZING_IN_CURRENCY__10_HIST_USD &#36;">STOCK_ULTIMO_IN_CURRENCY__10_HIST_USD(-1):STOCK_ULTIMO_IN_CURRENCY__10_HIST_USD</TD></TR> </TABLE>> ]
- "STOCK_ULTIMO__10_HIST_DOM" [ shape=box fillcolor= steelblue1 tooltip="STOCK_ULTIMO__10_HIST_DOM&#10;FRML &lt;SUM=HIST&gt; STOCK_ULTIMO__10_HIST_DOM = STOCK_ULTIMO_IN_CURRENCY__10_HIST_DOM*DOM_DOM &#36;"  margin=0.025 fontcolor=blue style = filled  label=<<TABLE BORDER='0' CELLBORDER = '0' style = "filled"  > <TR><TD tooltip="STOCK_ULTIMO__10_HIST_DOM&#10;FRML &lt;SUM=HIST&gt; STOCK_ULTIMO__10_HIST_DOM = STOCK_ULTIMO_IN_CURRENCY__10_HIST_DOM*DOM_DOM &#36;">STOCK_ULTIMO__10_HIST_DOM:</TD></TR> </TABLE>> ]
- "AMORTIZING_IN_CURRENCY__10_HIST_DOM" [ shape=box fillcolor= steelblue1 tooltip="AMORTIZING_IN_CURRENCY__10_HIST_DOM&#10;FRML &lt;&gt; AMORTIZING_IN_CURRENCY__10_HIST_DOM = 1000*AMORTIZING_SHARE_PR_TIME__10_HIST_DOM &#36;"  margin=0.025 fontcolor=blue style = filled  label=<<TABLE BORDER='0' CELLBORDER = '0' style = "filled"  > <TR><TD tooltip="AMORTIZING_IN_CURRENCY__10_HIST_DOM&#10;FRML &lt;&gt; AMORTIZING_IN_CURRENCY__10_HIST_DOM = 1000*AMORTIZING_SHARE_PR_TIME__10_HIST_DOM &#36;">AMORTIZING_IN_CURRENCY__10_HIST_DOM:</TD></TR> </TABLE>> ]
- "STOCK_ULTIMO_IN_CURRENCY__10_HIST_USD" [ shape=box fillcolor= steelblue1 tooltip="STOCK_ULTIMO_IN_CURRENCY__10_HIST_USD&#10;FRML &lt;&gt; STOCK_ULTIMO_IN_CURRENCY__10_HIST_USD = STOCK_PRIMO_IN_CURRENCY__10_HIST_USD-AMORTIZING_IN_CURRENCY__10_HIST_USD &#36;"  margin=0.025 fontcolor=blue style = filled  label=<<TABLE BORDER='0' CELLBORDER = '0' style = "filled"  > <TR><TD tooltip="STOCK_ULTIMO_IN_CURRENCY__10_HIST_USD&#10;FRML &lt;&gt; STOCK_ULTIMO_IN_CURRENCY__10_HIST_USD = STOCK_PRIMO_IN_CURRENCY__10_HIST_USD-AMORTIZING_IN_CURRENCY__10_HIST_USD &#36;">STOCK_ULTIMO_IN_CURRENCY__10_HIST_USD:</TD></TR> </TABLE>> ]
- "INTEREST_PAYMENTS__10_HIST_USD" [ shape=box fillcolor= steelblue1 tooltip="INTEREST_PAYMENTS__10_HIST_USD&#10;FRML &lt;SUM=HIST&gt; INTEREST_PAYMENTS__10_HIST_USD = INTEREST_IN_CURRENCY__10_HIST_USD*DOM_USD &#36;"  margin=0.025 fontcolor=blue style = filled  label=<<TABLE BORDER='0' CELLBORDER = '0' style = "filled"  > <TR><TD tooltip="INTEREST_PAYMENTS__10_HIST_USD&#10;FRML &lt;SUM=HIST&gt; INTEREST_PAYMENTS__10_HIST_USD = INTEREST_IN_CURRENCY__10_HIST_USD*DOM_USD &#36;">INTEREST_PAYMENTS__10_HIST_USD:</TD></TR> </TABLE>> ]
- "AMORTIZING_SHARE_PR_TIME__10_HIST_DOM" [ shape=box fillcolor= steelblue1 tooltip="AMORTIZING_SHARE_PR_TIME__10_HIST_DOM&#10;FRML &lt;&gt; AMORTIZING_SHARE_PR_TIME__10_HIST_DOM = LOGICAL_AMORTIZING_YEARS__10_HIST_DOM/(10-0) &#36;"  margin=0.025 fontcolor=blue style = filled  label=<<TABLE BORDER='0' CELLBORDER = '0' style = "filled"  > <TR><TD tooltip="AMORTIZING_SHARE_PR_TIME__10_HIST_DOM&#10;FRML &lt;&gt; AMORTIZING_SHARE_PR_TIME__10_HIST_DOM = LOGICAL_AMORTIZING_YEARS__10_HIST_DOM/(10-0) &#36;">AMORTIZING_SHARE_PR_TIME__10_HIST_DOM:</TD></TR> </TABLE>> ]
- "STOCK_ULTIMO__10_HIST_USD" [ shape=box fillcolor= steelblue1 tooltip="STOCK_ULTIMO__10_HIST_USD&#10;FRML &lt;SUM=HIST&gt; STOCK_ULTIMO__10_HIST_USD = STOCK_ULTIMO_IN_CURRENCY__10_HIST_USD*DOM_USD &#36;"  margin=0.025 fontcolor=blue style = filled  label=<<TABLE BORDER='0' CELLBORDER = '0' style = "filled"  > <TR><TD tooltip="STOCK_ULTIMO__10_HIST_USD&#10;FRML &lt;SUM=HIST&gt; STOCK_ULTIMO__10_HIST_USD = STOCK_ULTIMO_IN_CURRENCY__10_HIST_USD*DOM_USD &#36;">STOCK_ULTIMO__10_HIST_USD:</TD></TR> </TABLE>> ]
- "STOCK_PRIMO__10_HIST_DOM" [ shape=box fillcolor= steelblue1 tooltip="STOCK_PRIMO__10_HIST_DOM&#10;FRML &lt;SUM=HIST&gt; STOCK_PRIMO__10_HIST_DOM = STOCK_PRIMO_IN_CURRENCY__10_HIST_DOM*DOM_DOM &#36;"  margin=0.025 fontcolor=blue style = filled  label=<<TABLE BORDER='0' CELLBORDER = '0' style = "filled"  > <TR><TD tooltip="STOCK_PRIMO__10_HIST_DOM&#10;FRML &lt;SUM=HIST&gt; STOCK_PRIMO__10_HIST_DOM = STOCK_PRIMO_IN_CURRENCY__10_HIST_DOM*DOM_DOM &#36;">STOCK_PRIMO__10_HIST_DOM:</TD></TR> </TABLE>> ]
- "INTEREST_IN_CURRENCY__10_HIST_USD" [ shape=box fillcolor= steelblue1 tooltip="INTEREST_IN_CURRENCY__10_HIST_USD&#10;FRML &lt;&gt; INTEREST_IN_CURRENCY__10_HIST_USD = STOCK_PRIMO_IN_CURRENCY__10_HIST_USD*2/100 &#36;"  margin=0.025 fontcolor=blue style = filled  label=<<TABLE BORDER='0' CELLBORDER = '0' style = "filled"  > <TR><TD tooltip="INTEREST_IN_CURRENCY__10_HIST_USD&#10;FRML &lt;&gt; INTEREST_IN_CURRENCY__10_HIST_USD = STOCK_PRIMO_IN_CURRENCY__10_HIST_USD*2/100 &#36;">INTEREST_IN_CURRENCY__10_HIST_USD:</TD></TR> </TABLE>> ]
- "AMORTIZING_IN_CURRENCY__10_HIST_USD" [ shape=box fillcolor= steelblue1 tooltip="AMORTIZING_IN_CURRENCY__10_HIST_USD&#10;FRML &lt;&gt; AMORTIZING_IN_CURRENCY__10_HIST_USD = -20*AMORTIZING_SHARE_PR_TIME__10_HIST_USD &#36;"  margin=0.025 fontcolor=blue style = filled  label=<<TABLE BORDER='0' CELLBORDER = '0' style = "filled"  > <TR><TD tooltip="AMORTIZING_IN_CURRENCY__10_HIST_USD&#10;FRML &lt;&gt; AMORTIZING_IN_CURRENCY__10_HIST_USD = -20*AMORTIZING_SHARE_PR_TIME__10_HIST_USD &#36;">AMORTIZING_IN_CURRENCY__10_HIST_USD:</TD></TR> </TABLE>> ]
- "LOGICAL_AMORTIZING_YEARS__10_HIST_DOM" [ shape=box fillcolor= steelblue1 tooltip="LOGICAL_AMORTIZING_YEARS__10_HIST_DOM&#10;FRML &lt;&gt; LOGICAL_AMORTIZING_YEARS__10_HIST_DOM = (2025+0)&lt;CURRENT_YEAR&lt;=(2025+10) &#36;"  margin=0.025 fontcolor=blue style = filled  label=<<TABLE BORDER='0' CELLBORDER = '0' style = "filled"  > <TR><TD tooltip="LOGICAL_AMORTIZING_YEARS__10_HIST_DOM&#10;FRML &lt;&gt; LOGICAL_AMORTIZING_YEARS__10_HIST_DOM = (2025+0)&lt;CURRENT_YEAR&lt;=(2025+10) &#36;">LOGICAL_AMORTIZING_YEARS__10_HIST_DOM:</TD></TR> </TABLE>> ]
- "STOCK_PRIMO_IN_CURRENCY__10_HIST_DOM" [ shape=box fillcolor= steelblue1 tooltip="STOCK_PRIMO_IN_CURRENCY__10_HIST_DOM&#10;FRML &lt;&gt; STOCK_PRIMO_IN_CURRENCY__10_HIST_DOM = (CURRENT_YEAR==2025+1)*1000+STOCK_ULTIMO_IN_CURRENCY__10_HIST_DOM(-1) &#36;"  margin=0.025 fontcolor=blue style = filled  label=<<TABLE BORDER='0' CELLBORDER = '0' style = "filled"  > <TR><TD tooltip="STOCK_PRIMO_IN_CURRENCY__10_HIST_DOM&#10;FRML &lt;&gt; STOCK_PRIMO_IN_CURRENCY__10_HIST_DOM = (CURRENT_YEAR==2025+1)*1000+STOCK_ULTIMO_IN_CURRENCY__10_HIST_DOM(-1) &#36;">STOCK_PRIMO_IN_CURRENCY__10_HIST_DOM:</TD></TR> </TABLE>> ]
}
+ "GDP" -> "START_PORTEFOLIO__10_HIST_USD" [ style = filled tooltip=NA href="bogus" penwidth = 0.5 ]
+ "START_PORTEFOLIO__10_HIST_DOM" -> "START_PORTEFOLIO_IN_CURRENCY__10_HIST_DOM" [ style = filled tooltip=NA href="bogus" penwidth = 0.5 ]
+ "DOM_USD" -> "STOCK_PRIMO__10_HIST_USD" [ style = filled tooltip=NA href="bogus" penwidth = 0.5 ]
+ "DOM_DOM" -> "STOCK_ULTIMO__10_HIST_DOM" [ style = filled tooltip=NA href="bogus" penwidth = 0.5 ]
+ "START_PORTEFOLIO__10_HIST_DOM(-1)" -> "START_PORTEFOLIO__10_HIST_DOM" [ style = filled tooltip=NA href="bogus" penwidth = 0.5 ]
+ "INTEREST_IN_CURRENCY__10_HIST_DOM" -> "INTEREST_PAYMENTS__10_HIST_DOM" [ style = filled tooltip=NA href="bogus" penwidth = 0.5 ]
+ "CURRENT_YEAR" -> "START_PORTEFOLIO__10_HIST_DOM" [ style = filled tooltip=NA href="bogus" penwidth = 0.5 ]
+ "START_PORTEFOLIO_IN_CURRENCY__10_HIST_USD" -> "STOCK_PRIMO_IN_CURRENCY__10_HIST_USD" [ style = filled tooltip=NA href="bogus" penwidth = 0.5 ]
+ "STOCK_PRIMO_IN_CURRENCY__10_HIST_DOM" -> "INTEREST_IN_CURRENCY__10_HIST_DOM" [ style = filled tooltip=NA href="bogus" penwidth = 0.5 ]
+ "CURRENT_YEAR" -> "LOGICAL_AMORTIZING_YEARS__10_HIST_DOM" [ style = filled tooltip=NA href="bogus" penwidth = 0.5 ]
"STOCK_PRIMO_IN_CURRENCY__10_HIST_DOM" -> "STOCK_ULTIMO_IN_CURRENCY__10_HIST_DOM" [ style = filled tooltip=NA href="bogus" penwidth = 0.5 ]
- "CURRENT_YEAR" -> "LOGICAL_AMORTIZING_YEARS__10_HIST_DOM" [ style = filled tooltip=NA href="bogus" penwidth = 0.5 ]
- "STOCK_PRIMO__10_HIST_DOM" -> "STOCK_PRIMO__HIST" [ style = filled tooltip=NA href="bogus" penwidth = 0.5 ]
+ "INTEREST_PAYMENTS__10_HIST_DOM" -> "INTEREST_PAYMENTS__HIST" [ style = filled tooltip=NA href="bogus" penwidth = 0.5 ]
+ "START_PORTEFOLIO__10_HIST_USD" -> "START_PORTEFOLIO_IN_CURRENCY__10_HIST_USD" [ style = filled tooltip=NA href="bogus" penwidth = 0.5 ]
+ "CURRENT_YEAR" -> "LOGICAL_AMORTIZING_YEARS__10_HIST_USD" [ style = filled tooltip=NA href="bogus" penwidth = 0.5 ]
+ "STOCK_ULTIMO_IN_CURRENCY__10_HIST_USD" -> "STOCK_ULTIMO_IN_CURRENCY__10_HIST_USD(-1)" [ style = filled tooltip=NA href="bogus" penwidth = 0.5 ]
+ "INTEREST_PAYMENTS__10_HIST_USD" -> "INTEREST_PAYMENTS__HIST" [ style = filled tooltip=NA href="bogus" penwidth = 0.5 ]
+ "AMORTIZING_IN_CURRENCY__10_HIST_DOM" -> "STOCK_ULTIMO_IN_CURRENCY__10_HIST_DOM" [ style = filled tooltip=NA href="bogus" penwidth = 0.5 ]
+ "START_PORTEFOLIO_IN_CURRENCY__10_HIST_DOM" -> "STOCK_PRIMO_IN_CURRENCY__10_HIST_DOM" [ style = filled tooltip=NA href="bogus" penwidth = 0.5 ]
+ "AMORTIZING_SHARE_PR_TIME__10_HIST_USD" -> "AMORTIZING_IN_CURRENCY__10_HIST_USD" [ style = filled tooltip=NA href="bogus" penwidth = 0.5 ]
+ "START_PORTEFOLIO__10_HIST_DOM" -> "START_PORTEFOLIO__10_HIST_DOM(-1)" [ style = filled tooltip=NA href="bogus" penwidth = 0.5 ]
+ "CURRENT_YEAR" -> "START_PORTEFOLIO__10_HIST_USD" [ style = filled tooltip=NA href="bogus" penwidth = 0.5 ]
+ "AMORTIZING_IN_CURRENCY__10_HIST_USD" -> "STOCK_ULTIMO_IN_CURRENCY__10_HIST_USD" [ style = filled tooltip=NA href="bogus" penwidth = 0.5 ]
+ "DOM_DOM" -> "START_PORTEFOLIO_IN_CURRENCY__10_HIST_DOM" [ style = filled tooltip=NA href="bogus" penwidth = 0.5 ]
+ "START_PORTEFOLIO_IN_CURRENCY__10_HIST_DOM" -> "AMORTIZING_IN_CURRENCY__10_HIST_DOM" [ style = filled tooltip=NA href="bogus" penwidth = 0.5 ]
+ "STOCK_PRIMO_IN_CURRENCY__10_HIST_USD" -> "STOCK_PRIMO__10_HIST_USD" [ style = filled tooltip=NA href="bogus" penwidth = 0.5 ]
+ "CURRENT_YEAR" -> "STOCK_PRIMO_IN_CURRENCY__10_HIST_USD" [ style = filled tooltip=NA href="bogus" penwidth = 0.5 ]
+ "STOCK_ULTIMO__10_HIST_USD" -> "STOCK_ULTIMO__HIST" [ style = filled tooltip=NA href="bogus" penwidth = 0.5 ]
+ "AMORTIZING_IN_CURRENCY__10_HIST_USD" -> "AMORTIZING__10_HIST_USD" [ style = filled tooltip=NA href="bogus" penwidth = 0.5 ]
+ "START_PORTEFOLIO_IN_CURRENCY__10_HIST_USD" -> "AMORTIZING_IN_CURRENCY__10_HIST_USD" [ style = filled tooltip=NA href="bogus" penwidth = 0.5 ]
+ "AMORTIZING_SHARE_PR_TIME__10_HIST_DOM" -> "AMORTIZING_IN_CURRENCY__10_HIST_DOM" [ style = filled tooltip=NA href="bogus" penwidth = 0.5 ]
+ "AMORTIZING_IN_CURRENCY__10_HIST_DOM" -> "AMORTIZING__10_HIST_DOM" [ style = filled tooltip=NA href="bogus" penwidth = 0.5 ]
+ "AMORTIZING__10_HIST_USD" -> "AMORTIZING__HIST" [ style = filled tooltip=NA href="bogus" penwidth = 0.5 ]
+ "DOM_USD" -> "STOCK_ULTIMO__10_HIST_USD" [ style = filled tooltip=NA href="bogus" penwidth = 0.5 ]
+ "DOM_DOM" -> "AMORTIZING__10_HIST_DOM" [ style = filled tooltip=NA href="bogus" penwidth = 0.5 ]
+ "LOGICAL_AMORTIZING_YEARS__10_HIST_USD" -> "AMORTIZING_SHARE_PR_TIME__10_HIST_USD" [ style = filled tooltip=NA href="bogus" penwidth = 0.5 ]
+ "INTEREST_IN_CURRENCY__10_HIST_USD" -> "INTEREST_PAYMENTS__10_HIST_USD" [ style = filled tooltip=NA href="bogus" penwidth = 0.5 ]
+ "LOGICAL_AMORTIZING_YEARS__10_HIST_DOM" -> "AMORTIZING_SHARE_PR_TIME__10_HIST_DOM" [ style = filled tooltip=NA href="bogus" penwidth = 0.5 ]
+ "START_PORTEFOLIO__10_HIST_USD(-1)" -> "START_PORTEFOLIO__10_HIST_USD" [ style = filled tooltip=NA href="bogus" penwidth = 0.5 ]
+ "DOM_USD" -> "START_PORTEFOLIO_IN_CURRENCY__10_HIST_USD" [ style = filled tooltip=NA href="bogus" penwidth = 0.5 ]
+ "STOCK_ULTIMO_IN_CURRENCY__10_HIST_DOM" -> "STOCK_ULTIMO_IN_CURRENCY__10_HIST_DOM(-1)" [ style = filled tooltip=NA href="bogus" penwidth = 0.5 ]
"STOCK_ULTIMO_IN_CURRENCY__10_HIST_DOM(-1)" -> "STOCK_PRIMO_IN_CURRENCY__10_HIST_DOM" [ style = filled tooltip=NA href="bogus" penwidth = 0.5 ]
- "AMORTIZING_IN_CURRENCY__10_HIST_USD" -> "AMORTIZING__10_HIST_USD" [ style = filled tooltip=NA href="bogus" penwidth = 0.5 ]
- "AMORTIZING_IN_CURRENCY__10_HIST_DOM" -> "STOCK_ULTIMO_IN_CURRENCY__10_HIST_DOM" [ style = filled tooltip=NA href="bogus" penwidth = 0.5 ]
- "AMORTIZING_IN_CURRENCY__10_HIST_DOM" -> "AMORTIZING__10_HIST_DOM" [ style = filled tooltip=NA href="bogus" penwidth = 0.5 ]
- "DOM_DOM" -> "INTEREST_PAYMENTS__10_HIST_DOM" [ style = filled tooltip=NA href="bogus" penwidth = 0.5 ]
- "AMORTIZING_IN_CURRENCY__10_HIST_USD" -> "STOCK_ULTIMO_IN_CURRENCY__10_HIST_USD" [ style = filled tooltip=NA href="bogus" penwidth = 0.5 ]
+ "DOM_USD" -> "INTEREST_PAYMENTS__10_HIST_USD" [ style = filled tooltip=NA href="bogus" penwidth = 0.5 ]
+ "STOCK_ULTIMO_IN_CURRENCY__10_HIST_USD(-1)" -> "STOCK_PRIMO_IN_CURRENCY__10_HIST_USD" [ style = filled tooltip=NA href="bogus" penwidth = 0.5 ]
+ "STOCK_ULTIMO_IN_CURRENCY__10_HIST_USD" -> "STOCK_ULTIMO__10_HIST_USD" [ style = filled tooltip=NA href="bogus" penwidth = 0.5 ]
"DOM_USD" -> "AMORTIZING__10_HIST_USD" [ style = filled tooltip=NA href="bogus" penwidth = 0.5 ]
"STOCK_ULTIMO_IN_CURRENCY__10_HIST_DOM" -> "STOCK_ULTIMO__10_HIST_DOM" [ style = filled tooltip=NA href="bogus" penwidth = 0.5 ]
+ "STOCK_PRIMO_IN_CURRENCY__10_HIST_DOM" -> "STOCK_PRIMO__10_HIST_DOM" [ style = filled tooltip=NA href="bogus" penwidth = 0.5 ]
"STOCK_ULTIMO__10_HIST_DOM" -> "STOCK_ULTIMO__HIST" [ style = filled tooltip=NA href="bogus" penwidth = 0.5 ]
- "DOM_USD" -> "STOCK_PRIMO__10_HIST_USD" [ style = filled tooltip=NA href="bogus" penwidth = 0.5 ]
- "STOCK_PRIMO_IN_CURRENCY__10_HIST_DOM" -> "STOCK_PRIMO__10_HIST_DOM" [ style = filled tooltip=NA href="bogus" penwidth = 0.5 ]
- "LOGICAL_AMORTIZING_YEARS__10_HIST_DOM" -> "AMORTIZING_SHARE_PR_TIME__10_HIST_DOM" [ style = filled tooltip=NA href="bogus" penwidth = 0.5 ]
- "STOCK_PRIMO_IN_CURRENCY__10_HIST_USD" -> "STOCK_PRIMO__10_HIST_USD" [ style = filled tooltip=NA href="bogus" penwidth = 0.5 ]
- "DOM_USD" -> "STOCK_ULTIMO__10_HIST_USD" [ style = filled tooltip=NA href="bogus" penwidth = 0.5 ]
+ "STOCK_PRIMO_IN_CURRENCY__10_HIST_USD" -> "INTEREST_IN_CURRENCY__10_HIST_USD" [ style = filled tooltip=NA href="bogus" penwidth = 0.5 ]
+ "DOM_DOM" -> "INTEREST_PAYMENTS__10_HIST_DOM" [ style = filled tooltip=NA href="bogus" penwidth = 0.5 ]
+ "GDP" -> "START_PORTEFOLIO__10_HIST_DOM" [ style = filled tooltip=NA href="bogus" penwidth = 0.5 ]
+ "DOM_DOM" -> "STOCK_PRIMO__10_HIST_DOM" [ style = filled tooltip=NA href="bogus" penwidth = 0.5 ]
+ "STOCK_PRIMO__10_HIST_USD" -> "STOCK_PRIMO__HIST" [ style = filled tooltip=NA href="bogus" penwidth = 0.5 ]
+ "START_PORTEFOLIO__10_HIST_USD" -> "START_PORTEFOLIO__10_HIST_USD(-1)" [ style = filled tooltip=NA href="bogus" penwidth = 0.5 ]
+ "AMORTIZING__10_HIST_DOM" -> "AMORTIZING__HIST" [ style = filled tooltip=NA href="bogus" penwidth = 0.5 ]
+ "STOCK_PRIMO__10_HIST_DOM" -> "STOCK_PRIMO__HIST" [ style = filled tooltip=NA href="bogus" penwidth = 0.5 ]
"STOCK_PRIMO_IN_CURRENCY__10_HIST_USD" -> "STOCK_ULTIMO_IN_CURRENCY__10_HIST_USD" [ style = filled tooltip=NA href="bogus" penwidth = 0.5 ]
- "STOCK_ULTIMO_IN_CURRENCY__10_HIST_USD" -> "STOCK_ULTIMO_IN_CURRENCY__10_HIST_USD(-1)" [ style = filled tooltip=NA href="bogus" penwidth = 0.5 ]
- "INTEREST_IN_CURRENCY__10_HIST_DOM" -> "INTEREST_PAYMENTS__10_HIST_DOM" [ style = filled tooltip=NA href="bogus" penwidth = 0.5 ]
- "DOM_DOM" -> "AMORTIZING__10_HIST_DOM" [ style = filled tooltip=NA href="bogus" penwidth = 0.5 ]
- "STOCK_ULTIMO_IN_CURRENCY__10_HIST_USD(-1)" -> "STOCK_PRIMO_IN_CURRENCY__10_HIST_USD" [ style = filled tooltip=NA href="bogus" penwidth = 0.5 ]
- "INTEREST_PAYMENTS__10_HIST_USD" -> "INTEREST_PAYMENTS__HIST" [ style = filled tooltip=NA href="bogus" penwidth = 0.5 ]
- "STOCK_ULTIMO_IN_CURRENCY__10_HIST_DOM" -> "STOCK_ULTIMO_IN_CURRENCY__10_HIST_DOM(-1)" [ style = filled tooltip=NA href="bogus" penwidth = 0.5 ]
- "INTEREST_PAYMENTS__10_HIST_DOM" -> "INTEREST_PAYMENTS__HIST" [ style = filled tooltip=NA href="bogus" penwidth = 0.5 ]
- "AMORTIZING_SHARE_PR_TIME__10_HIST_DOM" -> "AMORTIZING_IN_CURRENCY__10_HIST_DOM" [ style = filled tooltip=NA href="bogus" penwidth = 0.5 ]
- "STOCK_PRIMO__10_HIST_USD" -> "STOCK_PRIMO__HIST" [ style = filled tooltip=NA href="bogus" penwidth = 0.5 ]
- "AMORTIZING__10_HIST_DOM" -> "AMORTIZING__HIST" [ style = filled tooltip=NA href="bogus" penwidth = 0.5 ]
- "DOM_USD" -> "INTEREST_PAYMENTS__10_HIST_USD" [ style = filled tooltip=NA href="bogus" penwidth = 0.5 ]
- "STOCK_ULTIMO_IN_CURRENCY__10_HIST_USD" -> "STOCK_ULTIMO__10_HIST_USD" [ style = filled tooltip=NA href="bogus" penwidth = 0.5 ]
- "CURRENT_YEAR" -> "STOCK_PRIMO_IN_CURRENCY__10_HIST_USD" [ style = filled tooltip=NA href="bogus" penwidth = 0.5 ]
- "CURRENT_YEAR" -> "LOGICAL_AMORTIZING_YEARS__10_HIST_USD" [ style = filled tooltip=NA href="bogus" penwidth = 0.5 ]
- "AMORTIZING_SHARE_PR_TIME__10_HIST_USD" -> "AMORTIZING_IN_CURRENCY__10_HIST_USD" [ style = filled tooltip=NA href="bogus" penwidth = 0.5 ]
- "STOCK_ULTIMO__10_HIST_USD" -> "STOCK_ULTIMO__HIST" [ style = filled tooltip=NA href="bogus" penwidth = 0.5 ]
- "AMORTIZING__10_HIST_USD" -> "AMORTIZING__HIST" [ style = filled tooltip=NA href="bogus" penwidth = 0.5 ]
- "DOM_DOM" -> "STOCK_PRIMO__10_HIST_DOM" [ style = filled tooltip=NA href="bogus" penwidth = 0.5 ]
"CURRENT_YEAR" -> "STOCK_PRIMO_IN_CURRENCY__10_HIST_DOM" [ style = filled tooltip=NA href="bogus" penwidth = 0.5 ]
- "DOM_DOM" -> "STOCK_ULTIMO__10_HIST_DOM" [ style = filled tooltip=NA href="bogus" penwidth = 0.5 ]
- "STOCK_PRIMO_IN_CURRENCY__10_HIST_DOM" -> "INTEREST_IN_CURRENCY__10_HIST_DOM" [ style = filled tooltip=NA href="bogus" penwidth = 0.5 ]
- "INTEREST_IN_CURRENCY__10_HIST_USD" -> "INTEREST_PAYMENTS__10_HIST_USD" [ style = filled tooltip=NA href="bogus" penwidth = 0.5 ]
- "STOCK_PRIMO_IN_CURRENCY__10_HIST_USD" -> "INTEREST_IN_CURRENCY__10_HIST_USD" [ style = filled tooltip=NA href="bogus" penwidth = 0.5 ]
- "LOGICAL_AMORTIZING_YEARS__10_HIST_USD" -> "AMORTIZING_SHARE_PR_TIME__10_HIST_USD" [ style = filled tooltip=NA href="bogus" penwidth = 0.5 ]
 label = "A_model_graph";
}